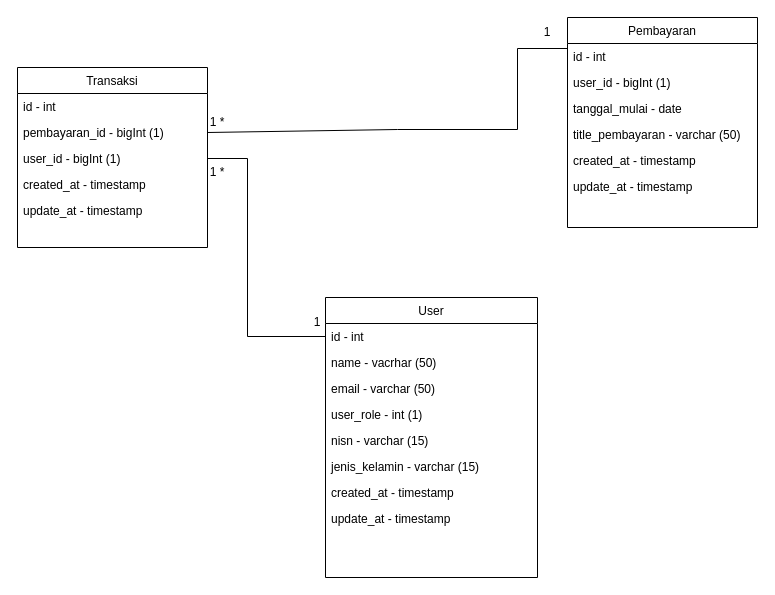
This is Untitled Diagram.drawio from danangsptro/SI_PEMBAYARAN, a draw.io file, before an edit. Source tidied: cells renumbered, new cells numbered last; positions are measured from the earlier drawing's top-left corner, leaving out a move shared by most shapes. Both pictures are drawn from the tidied source at 100%, with x=0, y=0 at pixel (17, 17).
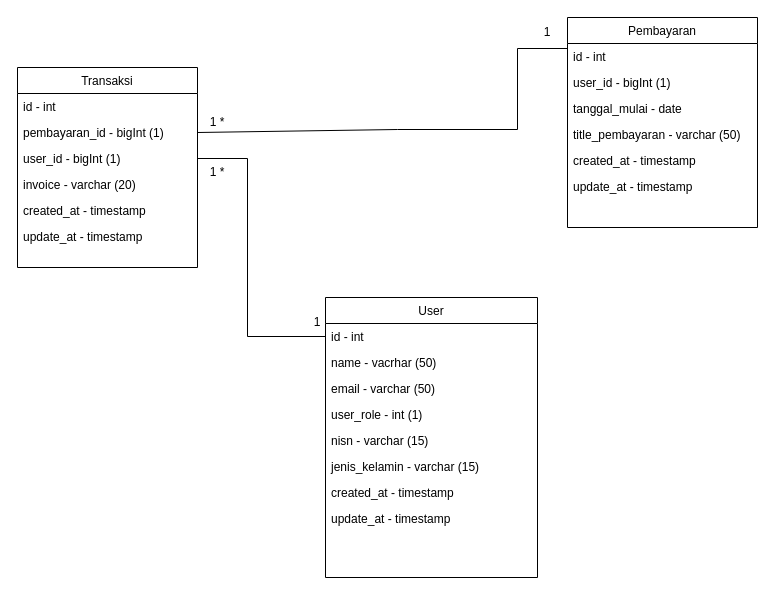
After the change.

Change to the diagram source:
```diff
@@
     <mxCell id="11" value="Transaksi" style="swimlane;fontStyle=0;align=center;verticalAlign=top;horizontal=1;startSize=26;rounded=0;shadow=0;strokeWidth=1;" parent="1" vertex="1">
-      <mxGeometry y="50" width="190" height="180" as="geometry" />
+      <mxGeometry y="50" width="180" height="200" as="geometry" />
     </mxCell>
     <mxCell id="12" value="id - int" style="text;align=left;verticalAlign=top;spacingLeft=4;spacingRight=4;overflow=hidden;" parent="11" vertex="1">
-      <mxGeometry y="26" width="190" height="26" as="geometry" />
+      <mxGeometry y="26" width="180" height="26" as="geometry" />
     </mxCell>
     <mxCell id="13" value="pembayaran_id - bigInt (1)" style="text;align=left;verticalAlign=top;spacingLeft=4;spacingRight=4;overflow=hidden;points=[[0,0.5],[1,0.5]];portConstraint=eastwest;rounded=0;shadow=0;html=0;" parent="11" vertex="1">
-      <mxGeometry y="52" width="190" height="26" as="geometry" />
+      <mxGeometry y="52" width="180" height="26" as="geometry" />
     </mxCell>
     <mxCell id="14" value="user_id - bigInt (1)" style="text;align=left;verticalAlign=top;spacingLeft=4;spacingRight=4;overflow=hidden;points=[[0,0.5],[1,0.5]];portConstraint=eastwest;" parent="11" vertex="1">
-      <mxGeometry y="78" width="190" height="26" as="geometry" />
+      <mxGeometry y="78" width="180" height="26" as="geometry" />
     </mxCell>
+    <mxCell id="30" value="invoice - varchar (20)" style="text;align=left;verticalAlign=top;spacingLeft=4;spacingRight=4;overflow=hidden;" parent="11" vertex="1">
+      <mxGeometry y="104" width="180" height="26" as="geometry" />
+    </mxCell>
     <mxCell id="15" value="created_at - timestamp" style="text;align=left;verticalAlign=top;spacingLeft=4;spacingRight=4;overflow=hidden;rounded=0;shadow=0;html=0;" parent="11" vertex="1">
-      <mxGeometry y="104" width="190" height="26" as="geometry" />
+      <mxGeometry y="130" width="180" height="26" as="geometry" />
     </mxCell>
     <mxCell id="16" value="update_at - timestamp" style="text;align=left;verticalAlign=top;spacingLeft=4;spacingRight=4;overflow=hidden;rounded=0;shadow=0;html=0;" parent="11" vertex="1">
-      <mxGeometry y="130" width="190" height="26" as="geometry" />
+      <mxGeometry y="156" width="180" height="26" as="geometry" />
     </mxCell>
```
